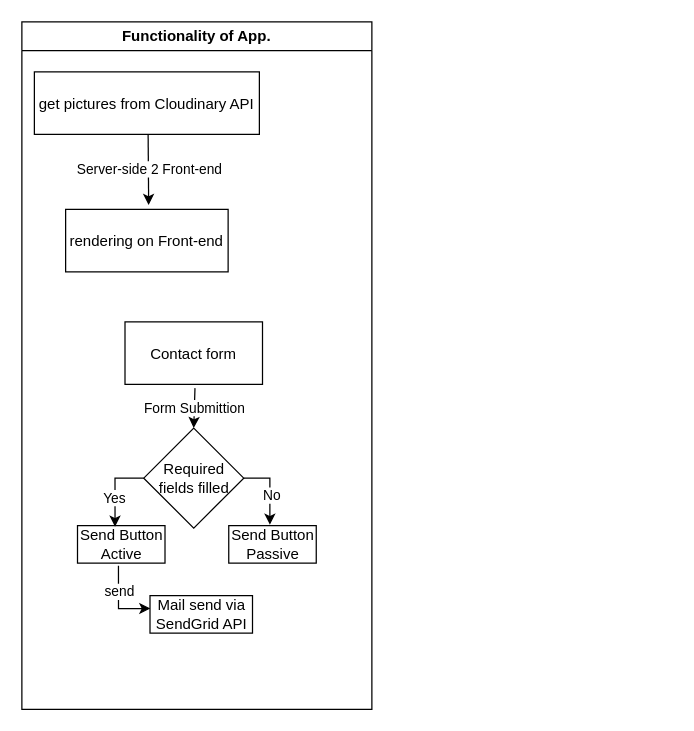
The draw.io diagram Untitled Diagram.drawio in Dan88Hus/DLBCSPJWD01, before the edit. Source tidied: cells renumbered, new cells numbered last; positions are measured from the earlier drawing's top-left corner, leaving out a move shared by most shapes. Both pictures are drawn from the tidied source at 125%, with x=0, y=0 at pixel (21, 21).
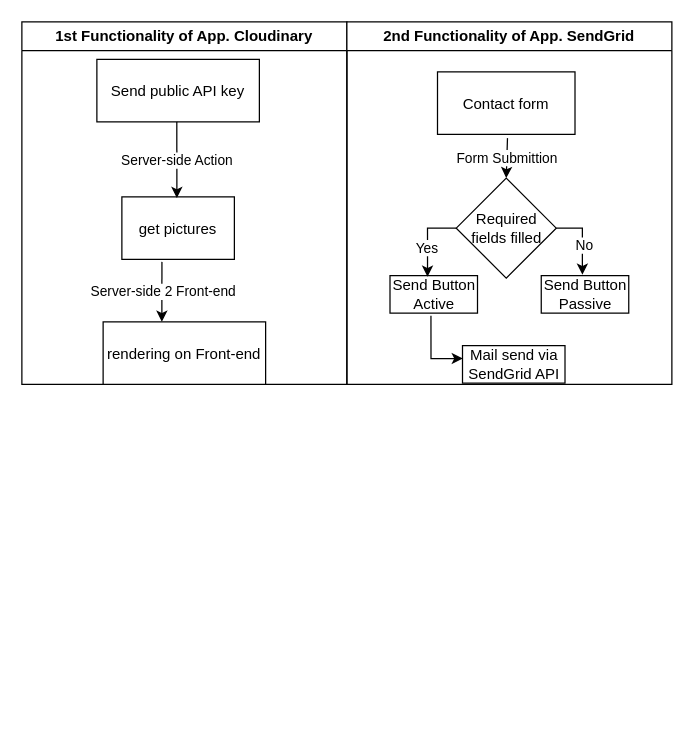
Above is the later version.

The edit, as a diff of the source:
```diff
@@
-    <mxCell id="2" value="Functionality of App." style="swimlane;whiteSpace=wrap;" parent="1" vertex="1">
-      <mxGeometry width="280" height="550" as="geometry" />
+    <mxCell id="2" value="1st Functionality of App. Cloudinary" style="swimlane;whiteSpace=wrap;" parent="1" vertex="1">
+      <mxGeometry width="260" height="290" as="geometry" />
     </mxCell>
-    <mxCell id="3" value="get pictures from Cloudinary API" parent="2" vertex="1">
-      <mxGeometry x="10" y="40" width="180" height="50" as="geometry" />
+    <mxCell id="3" value="get pictures" parent="2" vertex="1">
+      <mxGeometry x="80" y="140" width="90" height="50" as="geometry" />
     </mxCell>
     <mxCell id="4" value="rendering on Front-end" parent="2" vertex="1">
-      <mxGeometry x="35" y="150" width="130" height="50" as="geometry" />
+      <mxGeometry x="65" y="240" width="130" height="50" as="geometry" />
     </mxCell>
-    <mxCell id="5" value="Contact form" parent="2" vertex="1">
-      <mxGeometry x="82.5" y="240" width="110" height="50" as="geometry" />
-    </mxCell>
-    <mxCell id="6" style="endArrow=classic;html=1;rounded=0;entryX=0.511;entryY=-0.069;entryDx=0;entryDy=0;entryPerimeter=0;" parent="2" edge="1" target="4">
+    <mxCell id="6" style="endArrow=classic;html=1;rounded=0;exitX=0.356;exitY=1.04;exitDx=0;exitDy=0;exitPerimeter=0;" parent="2" edge="1" source="3">
       <mxGeometry relative="1" as="geometry">
-        <mxPoint x="101" y="90" as="sourcePoint" />
+        <mxPoint x="112" y="240" as="targetPoint" />
       </mxGeometry>
     </mxCell>
@@
+    <mxCell id="20" value="Send public API key" parent="2" vertex="1">
+      <mxGeometry x="60" y="30" width="130" height="50" as="geometry" />
+    </mxCell>
+    <mxCell id="21" style="endArrow=classic;html=1;rounded=0;entryX=0.489;entryY=0.02;entryDx=0;entryDy=0;entryPerimeter=0;exitX=0.492;exitY=1;exitDx=0;exitDy=0;exitPerimeter=0;" parent="2" edge="1" source="20" target="3">
+      <mxGeometry relative="1" as="geometry" />
+    </mxCell>
+    <mxCell id="22" value="Server-side Action" style="edgeLabel;html=1;align=center;verticalAlign=middle;" parent="21" vertex="1">
+      <mxGeometry relative="1" as="geometry" />
+    </mxCell>
+    <mxCell id="23" value="2nd Functionality of App. SendGrid" style="swimlane;whiteSpace=wrap;" parent="1" vertex="1">
+      <mxGeometry x="260" width="260" height="290" as="geometry" />
+    </mxCell>
+    <mxCell id="5" value="Contact form" parent="23" vertex="1">
+      <mxGeometry x="72.5" y="40" width="110" height="50" as="geometry" />
+    </mxCell>
-    <mxCell id="8" style="edgeStyle=orthogonalEdgeStyle;rounded=0;jettySize=auto;html=1;exitX=1;exitY=0.5;exitDx=0;exitDy=0;entryX=0.47;entryY=-0.025;entryDx=0;entryDy=0;entryPerimeter=0;" parent="2" edge="1" source="9" target="16">
+    <mxCell id="8" style="edgeStyle=orthogonalEdgeStyle;rounded=0;jettySize=auto;html=1;exitX=1;exitY=0.5;exitDx=0;exitDy=0;entryX=0.47;entryY=-0.025;entryDx=0;entryDy=0;entryPerimeter=0;" parent="23" edge="1" source="9" target="16">
       <mxGeometry relative="1" as="geometry" />
     </mxCell>
-    <mxCell id="9" value="Required fields filled" style="rhombus;whiteSpace=wrap;html=1;" parent="2" vertex="1">
-      <mxGeometry x="97.5" y="325" width="80" height="80" as="geometry" />
+    <mxCell id="9" value="Required fields filled" style="rhombus;whiteSpace=wrap;html=1;" parent="23" vertex="1">
+      <mxGeometry x="87.5" y="125" width="80" height="80" as="geometry" />
     </mxCell>
-    <mxCell id="10" style="endArrow=classic;html=1;rounded=0;entryX=0.5;entryY=0;entryDx=0;entryDy=0;exitX=0.509;exitY=1.06;exitDx=0;exitDy=0;exitPerimeter=0;" parent="2" edge="1" source="5" target="9">
+    <mxCell id="10" style="endArrow=classic;html=1;rounded=0;entryX=0.5;entryY=0;entryDx=0;entryDy=0;exitX=0.509;exitY=1.06;exitDx=0;exitDy=0;exitPerimeter=0;" parent="23" edge="1" source="5" target="9">
       <mxGeometry relative="1" as="geometry" />
     </mxCell>
@@
-    <mxCell id="12" style="edgeStyle=orthogonalEdgeStyle;rounded=0;jettySize=auto;html=1;entryX=0.004;entryY=0.345;entryDx=0;entryDy=0;entryPerimeter=0;exitX=0.468;exitY=1.072;exitDx=0;exitDy=0;exitPerimeter=0;" parent="2" edge="1" source="13" target="18">
+    <mxCell id="12" style="edgeStyle=orthogonalEdgeStyle;rounded=0;jettySize=auto;html=1;entryX=0.004;entryY=0.345;entryDx=0;entryDy=0;entryPerimeter=0;exitX=0.468;exitY=1.072;exitDx=0;exitDy=0;exitPerimeter=0;" parent="23" edge="1" source="13" target="18">
       <mxGeometry relative="1" as="geometry" />
     </mxCell>
-    <mxCell id="13" value="Send Button Active" style="rounded=0;whiteSpace=wrap;html=1;" parent="2" vertex="1">
-      <mxGeometry x="44.5" y="403" width="70" height="30" as="geometry" />
+    <mxCell id="13" value="Send Button Active" style="rounded=0;whiteSpace=wrap;html=1;" parent="23" vertex="1">
+      <mxGeometry x="34.5" y="203" width="70" height="30" as="geometry" />
     </mxCell>
-    <mxCell id="14" style="endArrow=classic;html=1;rounded=0;entryX=0.429;entryY=0.033;entryDx=0;entryDy=0;exitX=0;exitY=0.5;exitDx=0;exitDy=0;entryPerimeter=0;" parent="2" edge="1" source="9" target="13">
+    <mxCell id="14" style="endArrow=classic;html=1;rounded=0;entryX=0.429;entryY=0.033;entryDx=0;entryDy=0;exitX=0;exitY=0.5;exitDx=0;exitDy=0;entryPerimeter=0;" parent="23" edge="1" source="9" target="13">
       <mxGeometry relative="1" as="geometry">
         <Array as="points">
-          <mxPoint x="74.5" y="365" />
+          <mxPoint x="64.5" y="165" />
         </Array>
       </mxGeometry>
     </mxCell>
@@
-    <mxCell id="16" value="Send Button Passive" style="rounded=0;whiteSpace=wrap;html=1;" parent="2" vertex="1">
-      <mxGeometry x="165.5" y="403" width="70" height="30" as="geometry" />
+    <mxCell id="16" value="Send Button Passive" style="rounded=0;whiteSpace=wrap;html=1;" parent="23" vertex="1">
+      <mxGeometry x="155.5" y="203" width="70" height="30" as="geometry" />
     </mxCell>
-    <mxCell id="17" value="No" style="edgeLabel;html=1;align=center;verticalAlign=middle;" parent="2" vertex="1">
-      <mxGeometry x="189.5" y="382.2" as="geometry">
+    <mxCell id="17" value="No" style="edgeLabel;html=1;align=center;verticalAlign=middle;" parent="23" vertex="1">
+      <mxGeometry x="179.5" y="182.2" as="geometry">
         <mxPoint x="10" y="-4" as="offset" />
       </mxGeometry>
     </mxCell>
-    <mxCell id="18" value="Mail send via SendGrid API" style="rounded=0;whiteSpace=wrap;html=1;" parent="2" vertex="1">
-      <mxGeometry x="102.5" y="459" width="82" height="30" as="geometry" />
+    <mxCell id="18" value="Mail send via SendGrid API" style="rounded=0;whiteSpace=wrap;html=1;" parent="23" vertex="1">
+      <mxGeometry x="92.5" y="259" width="82" height="30" as="geometry" />
     </mxCell>
-    <mxCell id="19" value="send" style="edgeLabel;html=1;align=center;verticalAlign=middle;" parent="1" vertex="1">
-      <mxGeometry x="77.5" y="455" as="geometry" />
-    </mxCell>
```
